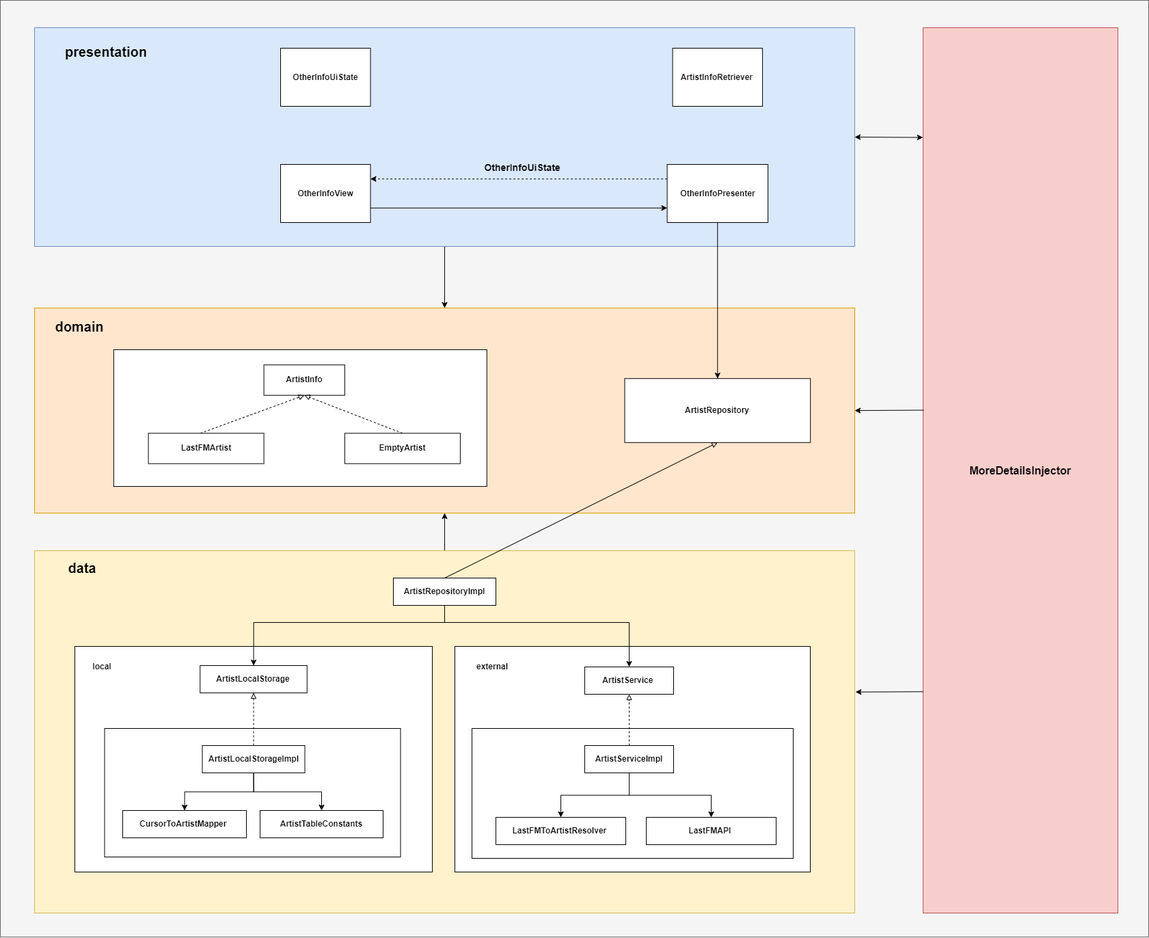
This is docs/other_info_diagram.png from nicolasberti/SongInfo-Lisboa2, a draw.io export, as it was before one commit. Source tidied: cells renumbered, new cells last; positions are measured from the earlier drawing's top-left corner, leaving out a move shared by most shapes.
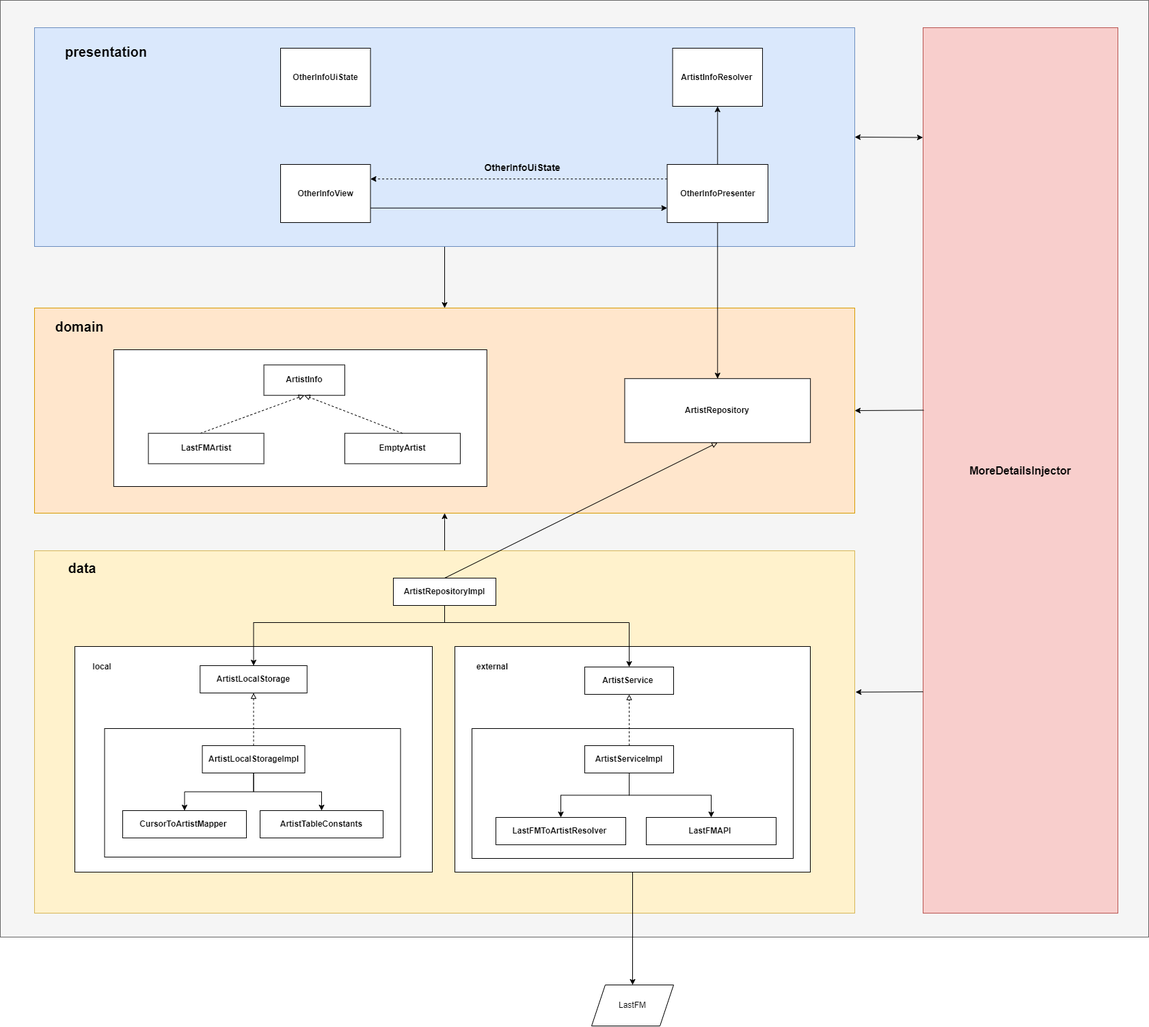
Above is the later version.

The edit, as a diff of the source:
```diff
@@ -57,6 +57,9 @@
     <mxCell id="17" style="rounded=0;whiteSpace=wrap;html=1;fillColor=#fff2cc;strokeColor=#d6b656;" parent="1" vertex="1">
       <mxGeometry x="50" y="805" width="1200" height="530" as="geometry" />
     </mxCell>
+    <mxCell id="58" style="edgeStyle=orthogonalEdgeStyle;rounded=0;jettySize=auto;html=1;exitX=0.5;exitY=0;exitDx=0;exitDy=0;entryX=0.5;entryY=1;entryDx=0;entryDy=0;" parent="1" edge="1" source="18" target="57">
+      <mxGeometry relative="1" as="geometry" />
+    </mxCell>
     <mxCell id="18" value="&lt;b&gt;OtherInfoPresenter&lt;/b&gt;" style="rounded=0;whiteSpace=wrap;html=1;" parent="1" vertex="1">
       <mxGeometry x="975.6" y="240" width="147.5" height="85" as="geometry" />
     </mxCell>
@@ -184,8 +187,14 @@
     <mxCell id="56" value="&lt;b&gt;OtherInfoUiState&lt;/b&gt;" style="rounded=0;whiteSpace=wrap;html=1;" parent="1" vertex="1">
       <mxGeometry x="410" y="70" width="131.5" height="85" as="geometry" />
     </mxCell>
-    <mxCell id="57" value="&lt;b&gt;ArtistInfoRetriever&amp;nbsp;&lt;/b&gt;" style="rounded=0;whiteSpace=wrap;html=1;" parent="1" vertex="1">
+    <mxCell id="57" value="&lt;b&gt;ArtistInfoResolver&amp;nbsp;&lt;/b&gt;" style="rounded=0;whiteSpace=wrap;html=1;" parent="1" vertex="1">
       <mxGeometry x="983.6" y="70" width="131.5" height="85" as="geometry" />
     </mxCell>
+    <mxCell id="59" value="LastFM" style="shape=parallelogram;perimeter=parallelogramPerimeter;whiteSpace=wrap;html=1;fixedSize=1;" parent="1" vertex="1">
+      <mxGeometry x="865" y="1440" width="120" height="60" as="geometry" />
+    </mxCell>
+    <mxCell id="60" style="edgeStyle=orthogonalEdgeStyle;rounded=0;jettySize=auto;html=1;exitX=0.5;exitY=1;exitDx=0;exitDy=0;entryX=0.5;entryY=0;entryDx=0;entryDy=0;" parent="1" edge="1" source="34" target="59">
+      <mxGeometry relative="1" as="geometry" />
+    </mxCell>
   </root>
 </mxGraphModel>
```
